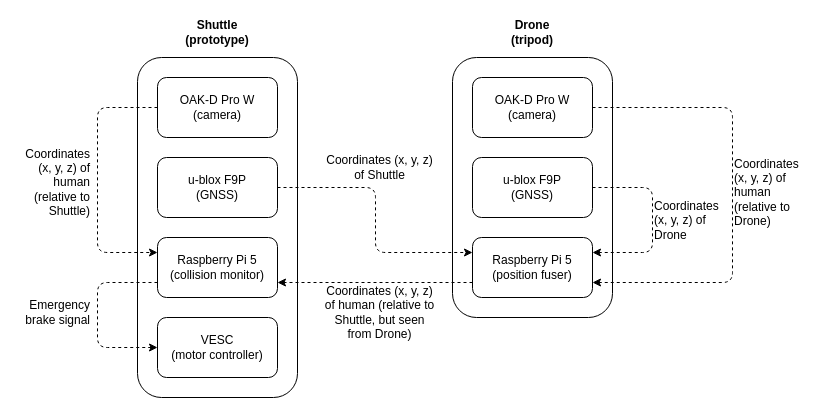
Earlier version of the draw.io diagram waywiser_perception/hazard_zone.drawio (RISE-Dependable-Transport-Systems/WayWiseR). Source tidied: cells renumbered, new cells numbered last; positions are measured from the earlier drawing's top-left corner, leaving out a move shared by most shapes. Both pictures are drawn from the tidied source at 100%, with x=0, y=0 at pixel (17, 17).
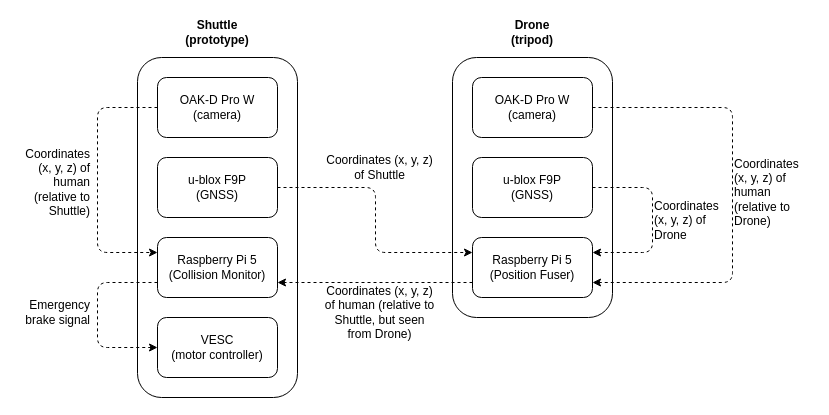
The same diagram, later.

Change to the diagram source:
```diff
@@
-    <mxCell id="15" value="Raspberry Pi 5 &lt;br&gt;(position fuser)" style="rounded=1;whiteSpace=wrap;html=1;" parent="1" vertex="1">
+    <mxCell id="15" value="Raspberry Pi 5 &lt;br&gt;(Position Fuser)" style="rounded=1;whiteSpace=wrap;html=1;" parent="1" vertex="1">
       <mxGeometry x="455" y="220" width="120" height="60" as="geometry" />
     </mxCell>
@@
-    <mxCell id="17" value="&lt;span style=&quot;color: rgb(0, 0, 0);&quot;&gt;Raspberry Pi 5&lt;br&gt;(collision monitor)&lt;/span&gt;" style="rounded=1;whiteSpace=wrap;html=1;" parent="1" vertex="1">
+    <mxCell id="17" value="&lt;span style=&quot;color: rgb(0, 0, 0);&quot;&gt;Raspberry Pi 5&lt;br&gt;(Collision Monitor)&lt;/span&gt;" style="rounded=1;whiteSpace=wrap;html=1;" parent="1" vertex="1">
       <mxGeometry x="140" y="220" width="120" height="60" as="geometry" />
     </mxCell>
```
